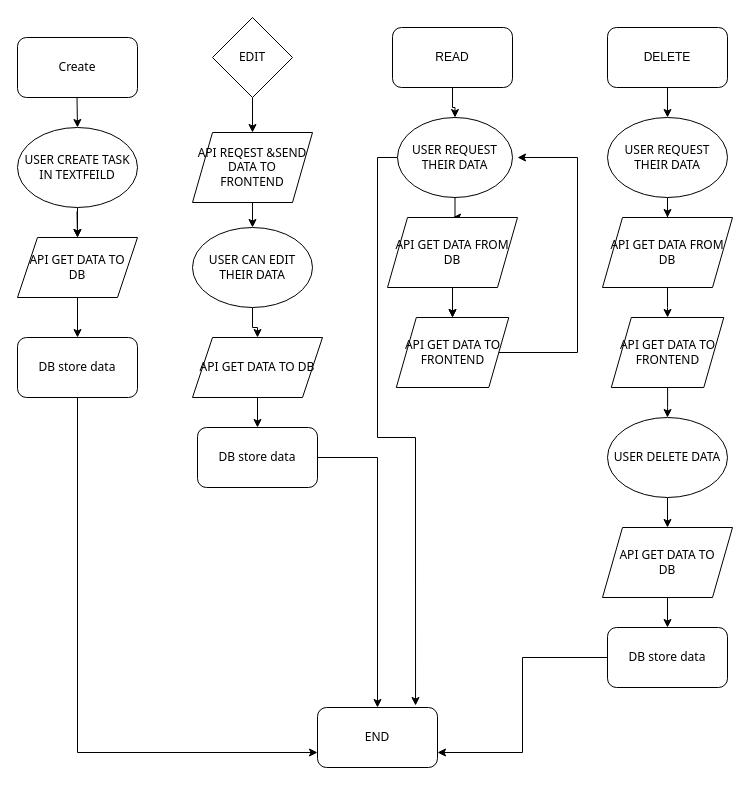
Earlier version of the draw.io diagram Untitled Diagram.drawio (Bunlong22/Learning-REST-API-with-Ruby-on-Rails). Source tidied: cells renumbered, new cells numbered last; positions are measured from the earlier drawing's top-left corner, leaving out a move shared by most shapes. Both pictures are drawn from the tidied source at 100%, with x=0, y=0 at pixel (17, 17).
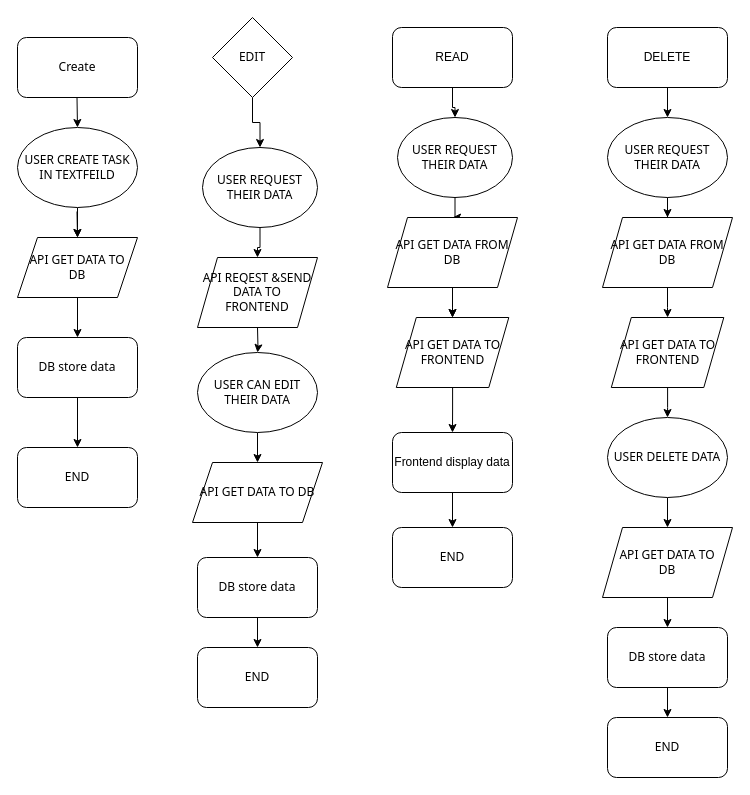
The same page after the edit.

Commit message:
Backend workflow

The change refers to these unchanged cells:
```xml
<mxCell id="14" value="DB store data" style="rounded=1;whiteSpace=wrap;html=1;fontFamily=Tahoma;" parent="1" vertex="1">
  <mxGeometry y="320" width="120" height="60" as="geometry" />
</mxCell>
<mxCell id="22" value="EDIT" style="rhombus;whiteSpace=wrap;html=1;fontFamily=Tahoma;" parent="1" vertex="1">
  <mxGeometry x="195" width="80" height="80" as="geometry" />
</mxCell>
<mxCell id="27" value="USER REQUEST THEIR DATA" style="ellipse;whiteSpace=wrap;html=1;fontFamily=Tahoma;" parent="1" vertex="1">
  <mxGeometry x="380" y="100" width="115" height="80" as="geometry" />
</mxCell>
<mxCell id="33" value="API GET DATA TO&lt;br&gt;FRONTEND" style="shape=parallelogram;perimeter=parallelogramPerimeter;whiteSpace=wrap;html=1;fixedSize=1;fontFamily=Tahoma;" parent="1" vertex="1">
  <mxGeometry x="378.8" y="300" width="112.5" height="70" as="geometry" />
</mxCell>
<mxCell id="45" value="DB store data" style="rounded=1;whiteSpace=wrap;html=1;fontFamily=Tahoma;" parent="1" vertex="1">
  <mxGeometry x="590" y="610" width="120" height="60" as="geometry" />
</mxCell>
```

The edit, as a diff of the source:
```diff
@@
-    <mxCell id="13" style="edgeStyle=orthogonalEdgeStyle;rounded=0;jettySize=auto;html=1;fontFamily=Tahoma;entryX=0;entryY=0.75;entryDx=0;entryDy=0;" parent="1" edge="1" source="14" target="46">
-      <mxGeometry relative="1" as="geometry">
-        <Array as="points">
-          <mxPoint x="60" y="735" />
-        </Array>
-      </mxGeometry>
-    </mxCell>
+    <mxCell id="47" style="edgeStyle=orthogonalEdgeStyle;rounded=0;jettySize=auto;html=1;" parent="1" edge="1" source="14" target="52">
+      <mxGeometry relative="1" as="geometry" />
+    </mxCell>
@@
-    <mxCell id="15" style="edgeStyle=orthogonalEdgeStyle;rounded=0;jettySize=auto;html=1;fontFamily=Tahoma;" parent="1" edge="1" source="16" target="18">
-      <mxGeometry relative="1" as="geometry" />
+    <mxCell id="15" style="edgeStyle=orthogonalEdgeStyle;rounded=0;jettySize=auto;html=1;fontFamily=Tahoma;" parent="1" edge="1" target="18">
+      <mxGeometry relative="1" as="geometry">
+        <mxPoint x="240" y="310" as="sourcePoint" />
+      </mxGeometry>
     </mxCell>
     <mxCell id="16" value="API REQEST &amp;amp;SEND DATA TO&lt;br&gt;FRONTEND" style="shape=parallelogram;perimeter=parallelogramPerimeter;whiteSpace=wrap;html=1;fixedSize=1;fontFamily=Tahoma;" parent="1" vertex="1">
-      <mxGeometry x="175" y="115" width="120" height="70" as="geometry" />
+      <mxGeometry x="180" y="240" width="120" height="70" as="geometry" />
     </mxCell>
@@
     <mxCell id="18" value="USER CAN EDIT THEIR DATA" style="ellipse;whiteSpace=wrap;html=1;fontFamily=Tahoma;" parent="1" vertex="1">
-      <mxGeometry x="175" y="210" width="120" height="80" as="geometry" />
+      <mxGeometry x="180" y="335" width="120" height="80" as="geometry" />
     </mxCell>
@@
     <mxCell id="20" value="API GET DATA TO DB&lt;br&gt;" style="shape=parallelogram;perimeter=parallelogramPerimeter;whiteSpace=wrap;html=1;fixedSize=1;fontFamily=Tahoma;" parent="1" vertex="1">
-      <mxGeometry x="175" y="320" width="130" height="60" as="geometry" />
+      <mxGeometry x="175" y="445" width="130" height="60" as="geometry" />
     </mxCell>
-    <mxCell id="21" style="edgeStyle=orthogonalEdgeStyle;rounded=0;jettySize=auto;html=1;fontFamily=Tahoma;" parent="1" edge="1" source="22" target="16">
-      <mxGeometry relative="1" as="geometry" />
-    </mxCell>
+    <mxCell id="48" style="edgeStyle=orthogonalEdgeStyle;rounded=0;jettySize=auto;html=1;" parent="1" edge="1" source="22" target="55">
+      <mxGeometry relative="1" as="geometry" />
+    </mxCell>
@@
-    <mxCell id="23" style="edgeStyle=orthogonalEdgeStyle;rounded=0;jettySize=auto;html=1;exitX=1;exitY=0.5;exitDx=0;exitDy=0;fontFamily=Tahoma;" parent="1" edge="1" source="24" target="46">
-      <mxGeometry relative="1" as="geometry" />
-    </mxCell>
+    <mxCell id="49" style="edgeStyle=orthogonalEdgeStyle;rounded=0;jettySize=auto;html=1;" parent="1" edge="1" source="24" target="53">
+      <mxGeometry relative="1" as="geometry" />
+    </mxCell>
     <mxCell id="24" value="DB store data" style="rounded=1;whiteSpace=wrap;html=1;fontFamily=Tahoma;" parent="1" vertex="1">
-      <mxGeometry x="180" y="410" width="120" height="60" as="geometry" />
+      <mxGeometry x="180" y="540" width="120" height="60" as="geometry" />
     </mxCell>
@@
-    <mxCell id="26" style="edgeStyle=orthogonalEdgeStyle;rounded=0;jettySize=auto;html=1;fontFamily=Tahoma;entryX=0.817;entryY=-0.033;entryDx=0;entryDy=0;entryPerimeter=0;" parent="1" edge="1" source="27" target="46">
-      <mxGeometry relative="1" as="geometry">
-        <Array as="points">
-          <mxPoint x="360" y="140" />
-          <mxPoint x="360" y="420" />
-          <mxPoint x="398" y="420" />
-        </Array>
-      </mxGeometry>
-    </mxCell>
@@
-    <mxCell id="32" style="edgeStyle=orthogonalEdgeStyle;rounded=0;jettySize=auto;html=1;fontFamily=Tahoma;" parent="1" edge="1" source="33">
-      <mxGeometry relative="1" as="geometry">
-        <mxPoint x="500" y="140" as="targetPoint" />
-        <Array as="points">
-          <mxPoint x="560" y="335" />
-          <mxPoint x="560" y="140" />
-        </Array>
-      </mxGeometry>
-    </mxCell>
+    <mxCell id="50" style="edgeStyle=orthogonalEdgeStyle;rounded=0;jettySize=auto;html=1;" parent="1" edge="1" source="33" target="57">
+      <mxGeometry relative="1" as="geometry" />
+    </mxCell>
@@
-    <mxCell id="44" style="edgeStyle=orthogonalEdgeStyle;rounded=0;jettySize=auto;html=1;entryX=1;entryY=0.75;entryDx=0;entryDy=0;fontFamily=Tahoma;" parent="1" edge="1" source="45" target="46">
-      <mxGeometry relative="1" as="geometry" />
-    </mxCell>
+    <mxCell id="51" style="edgeStyle=orthogonalEdgeStyle;rounded=0;jettySize=auto;html=1;" parent="1" edge="1" source="45" target="58">
+      <mxGeometry relative="1" as="geometry" />
+    </mxCell>
@@
     <mxCell id="46" value="END" style="rounded=1;whiteSpace=wrap;html=1;fontFamily=Tahoma;" parent="1" vertex="1">
-      <mxGeometry x="300" y="690" width="120" height="60" as="geometry" />
+      <mxGeometry x="375" y="510" width="120" height="60" as="geometry" />
     </mxCell>
+    <mxCell id="52" value="END" style="rounded=1;whiteSpace=wrap;html=1;fontFamily=Tahoma;" parent="1" vertex="1">
+      <mxGeometry y="430" width="120" height="60" as="geometry" />
+    </mxCell>
+    <mxCell id="53" value="END" style="rounded=1;whiteSpace=wrap;html=1;fontFamily=Tahoma;" parent="1" vertex="1">
+      <mxGeometry x="180" y="630" width="120" height="60" as="geometry" />
+    </mxCell>
+    <mxCell id="54" style="edgeStyle=orthogonalEdgeStyle;rounded=0;jettySize=auto;html=1;" parent="1" edge="1" source="55" target="16">
+      <mxGeometry relative="1" as="geometry" />
+    </mxCell>
+    <mxCell id="55" value="USER REQUEST THEIR DATA" style="ellipse;whiteSpace=wrap;html=1;fontFamily=Tahoma;" parent="1" vertex="1">
+      <mxGeometry x="185" y="130" width="115" height="80" as="geometry" />
+    </mxCell>
+    <mxCell id="56" style="edgeStyle=orthogonalEdgeStyle;rounded=0;jettySize=auto;html=1;" parent="1" edge="1" source="57" target="46">
+      <mxGeometry relative="1" as="geometry" />
+    </mxCell>
+    <mxCell id="57" value="Frontend display data" style="rounded=1;whiteSpace=wrap;html=1;" parent="1" vertex="1">
+      <mxGeometry x="375" y="415" width="120" height="60" as="geometry" />
+    </mxCell>
+    <mxCell id="58" value="END" style="rounded=1;whiteSpace=wrap;html=1;fontFamily=Tahoma;" parent="1" vertex="1">
+      <mxGeometry x="590" y="700" width="120" height="60" as="geometry" />
+    </mxCell>
```
